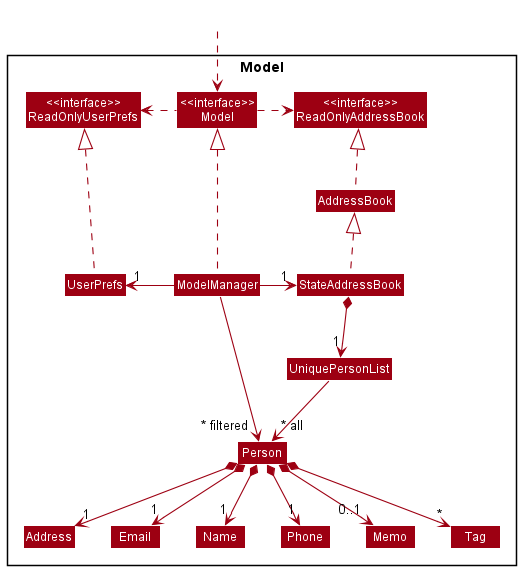
This is docs/images/ModelClassDiagram.png from tandeshao/tp, a PlantUML export, as it was before one commit.
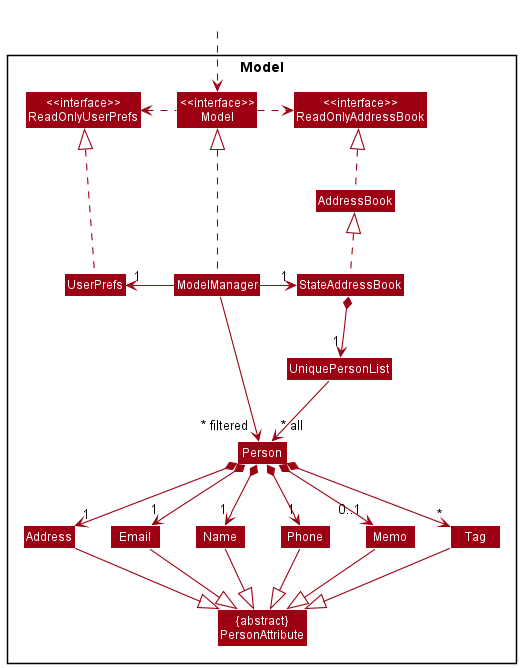
The same diagram one commit later.

Change to the diagram source:
```diff
@@ -4,10 +4,13 @@
 skinparam arrowColor MODEL_COLOR
 skinparam classBackgroundColor MODEL_COLOR
 
+
+
 Package Model <<Rectangle>>{
 Class "<<interface>>\nReadOnlyAddressBook" as ReadOnlyAddressBook
 Class "<<interface>>\nReadOnlyUserPrefs" as ReadOnlyUserPrefs
 Class "<<interface>>\nModel" as Model
+Class "{abstract}\nPersonAttribute" as PersonAttribute
 Class AddressBook
 Class StateAddressBook
 Class ModelManager
@@ -21,7 +24,6 @@
 Class Phone
 Class Memo
 Class Tag
-
 }
 
 Class HiddenOutside #FFFFFF
@@ -46,5 +48,13 @@
 Person *--> "0..1"Memo
 Person *--> "*" Tag
 
+Name -down-|> PersonAttribute
+Phone -down-|> PersonAttribute
+Email -down-|> PersonAttribute
+Address -down-|> PersonAttribute
+Memo -down-|> PersonAttribute
+Tag -down-|> PersonAttribute
+
+
 ModelManager -->"~* filtered" Person
 @enduml
```
